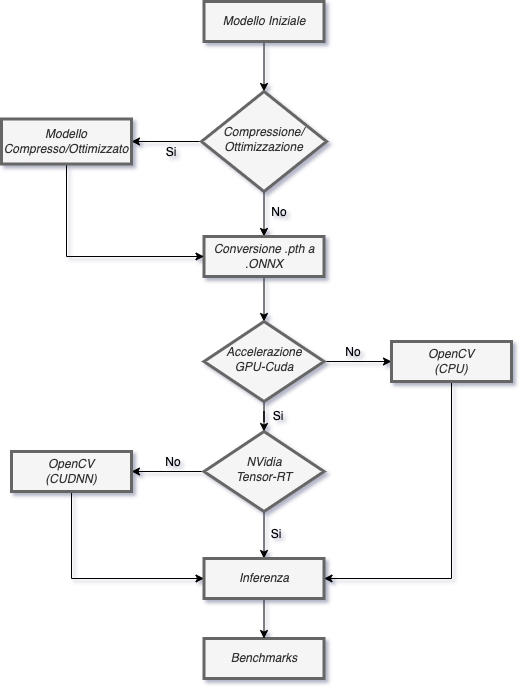
Before: images/flow_chart.png, a diagram exported from draw.io (flavioforenza/thesis_latex). Source tidied: cells renumbered, new cells last; positions are measured from the earlier drawing's top-left corner, leaving out a move shared by most shapes.
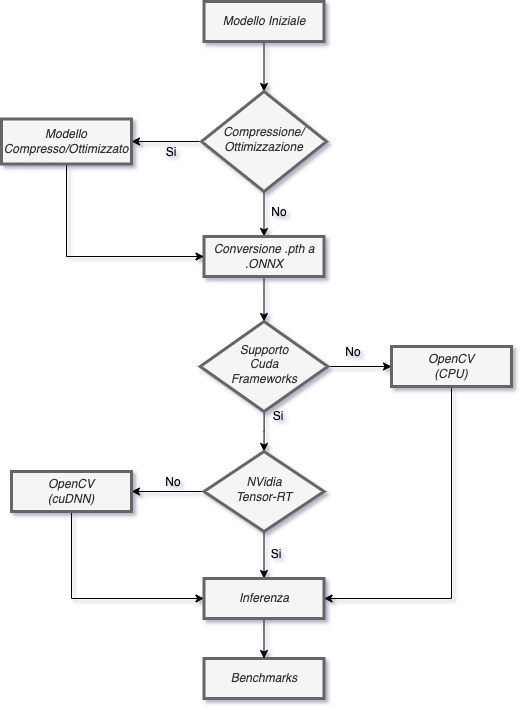
Later version of the same file.

What changed in the source:
```diff
@@ -24,7 +24,7 @@
       <mxGeometry x="202.5" y="235" width="120" height="40" as="geometry" />
     </mxCell>
     <mxCell id="9" value="&lt;i&gt;Benchmarks&lt;/i&gt;" style="rounded=0;whiteSpace=wrap;html=1;fontSize=12;glass=0;strokeWidth=3;shadow=0;fillColor=#f5f5f5;fontColor=#333333;strokeColor=#666666;" parent="1" vertex="1">
-      <mxGeometry x="202.5" y="637" width="120" height="40" as="geometry" />
+      <mxGeometry x="202.5" y="657" width="120" height="40" as="geometry" />
     </mxCell>
     <mxCell id="10" style="edgeStyle=orthogonalEdgeStyle;rounded=0;jettySize=auto;html=1;entryX=0;entryY=0.5;entryDx=0;entryDy=0;" parent="1" edge="1" source="11" target="8">
       <mxGeometry relative="1" as="geometry">
@@ -42,18 +42,18 @@
     <mxCell id="13" style="edgeStyle=orthogonalEdgeStyle;rounded=0;jettySize=auto;html=1;entryX=0.5;entryY=0;entryDx=0;entryDy=0;" parent="1" edge="1" source="14" target="20">
       <mxGeometry relative="1" as="geometry" />
     </mxCell>
-    <mxCell id="14" value="&lt;i&gt;Accelerazione&lt;br&gt;GPU-Cuda&lt;/i&gt;" style="rhombus;whiteSpace=wrap;html=1;shadow=0;fontFamily=Helvetica;fontSize=12;align=center;strokeWidth=3;spacing=6;spacingTop=-4;fillColor=#f5f5f5;fontColor=#333333;strokeColor=#666666;rounded=0;" parent="1" vertex="1">
-      <mxGeometry x="202.5" y="320" width="120" height="80" as="geometry" />
+    <mxCell id="14" value="&lt;i&gt;Supporto&lt;br&gt;Cuda&lt;br&gt;Frameworks&lt;br&gt;&lt;/i&gt;" style="rhombus;whiteSpace=wrap;html=1;shadow=0;fontFamily=Helvetica;fontSize=12;align=center;strokeWidth=3;spacing=6;spacingTop=-4;fillColor=#f5f5f5;fontColor=#333333;strokeColor=#666666;rounded=0;" parent="1" vertex="1">
+      <mxGeometry x="198.8" y="320" width="127.5" height="90" as="geometry" />
     </mxCell>
     <mxCell id="15" style="edgeStyle=orthogonalEdgeStyle;rounded=0;jettySize=auto;html=1;entryX=1;entryY=0.5;entryDx=0;entryDy=0;" parent="1" edge="1" source="16" target="27">
       <mxGeometry relative="1" as="geometry">
         <Array as="points">
-          <mxPoint x="450" y="577" />
+          <mxPoint x="450" y="597" />
         </Array>
       </mxGeometry>
     </mxCell>
     <mxCell id="16" value="&lt;i&gt;OpenCV&lt;br&gt;(CPU)&lt;/i&gt;" style="rounded=0;whiteSpace=wrap;html=1;fontSize=12;glass=0;strokeWidth=3;shadow=0;fillColor=#f5f5f5;fontColor=#333333;strokeColor=#666666;" parent="1" vertex="1">
-      <mxGeometry x="390" y="340" width="120" height="40" as="geometry" />
+      <mxGeometry x="390" y="345" width="120" height="40" as="geometry" />
     </mxCell>
     <mxCell id="17" value="No" style="text;html=1;strokeColor=none;fillColor=none;align=center;verticalAlign=middle;whiteSpace=wrap;rounded=0;" parent="1" vertex="1">
       <mxGeometry x="321.5" y="336" width="60" height="30" as="geometry" />
@@ -65,20 +65,20 @@
       <mxGeometry relative="1" as="geometry" />
     </mxCell>
     <mxCell id="20" value="&lt;i&gt;NVidia&lt;br&gt;Tensor-RT&lt;/i&gt;" style="rhombus;whiteSpace=wrap;html=1;shadow=0;fontFamily=Helvetica;fontSize=12;align=center;strokeWidth=3;spacing=6;spacingTop=-4;fillColor=#f5f5f5;fontColor=#333333;strokeColor=#666666;rounded=0;" parent="1" vertex="1">
-      <mxGeometry x="202.5" y="430" width="120" height="80" as="geometry" />
+      <mxGeometry x="202.5" y="450" width="120" height="80" as="geometry" />
     </mxCell>
     <mxCell id="21" style="edgeStyle=orthogonalEdgeStyle;rounded=0;jettySize=auto;html=1;entryX=0;entryY=0.5;entryDx=0;entryDy=0;" parent="1" edge="1" source="22" target="27">
       <mxGeometry relative="1" as="geometry">
         <Array as="points">
-          <mxPoint x="70" y="577" />
+          <mxPoint x="70" y="597" />
         </Array>
       </mxGeometry>
     </mxCell>
-    <mxCell id="22" value="&lt;i&gt;OpenCV&lt;br&gt;(CUDNN)&lt;/i&gt;" style="rounded=0;whiteSpace=wrap;html=1;fontSize=12;glass=0;strokeWidth=3;shadow=0;fillColor=#f5f5f5;fontColor=#333333;strokeColor=#666666;" parent="1" vertex="1">
-      <mxGeometry x="10" y="450" width="120" height="40" as="geometry" />
+    <mxCell id="22" value="&lt;i&gt;OpenCV&lt;br&gt;(cuDNN)&lt;/i&gt;" style="rounded=0;whiteSpace=wrap;html=1;fontSize=12;glass=0;strokeWidth=3;shadow=0;fillColor=#f5f5f5;fontColor=#333333;strokeColor=#666666;" parent="1" vertex="1">
+      <mxGeometry x="10" y="470" width="120" height="40" as="geometry" />
     </mxCell>
     <mxCell id="23" value="No" style="text;html=1;strokeColor=none;fillColor=none;align=center;verticalAlign=middle;whiteSpace=wrap;rounded=0;" parent="1" vertex="1">
-      <mxGeometry x="141.5" y="446" width="60" height="30" as="geometry" />
+      <mxGeometry x="141.5" y="466" width="60" height="30" as="geometry" />
     </mxCell>
     <mxCell id="24" value="No" style="text;html=1;strokeColor=none;fillColor=none;align=center;verticalAlign=middle;whiteSpace=wrap;rounded=0;" parent="1" vertex="1">
       <mxGeometry x="248" y="196" width="60" height="30" as="geometry" />
@@ -90,13 +90,13 @@
       <mxGeometry relative="1" as="geometry" />
     </mxCell>
     <mxCell id="27" value="&lt;i&gt;Inferenza&lt;/i&gt;" style="rounded=0;whiteSpace=wrap;html=1;fontSize=12;glass=0;strokeWidth=3;shadow=0;fillColor=#f5f5f5;fontColor=#333333;strokeColor=#666666;" parent="1" vertex="1">
-      <mxGeometry x="202.5" y="557" width="120" height="40" as="geometry" />
+      <mxGeometry x="202.5" y="577" width="120" height="40" as="geometry" />
     </mxCell>
     <mxCell id="28" value="Si" style="text;html=1;strokeColor=none;fillColor=none;align=center;verticalAlign=middle;whiteSpace=wrap;rounded=0;" parent="1" vertex="1">
       <mxGeometry x="247" y="400" width="60" height="30" as="geometry" />
     </mxCell>
     <mxCell id="29" value="Si" style="text;html=1;strokeColor=none;fillColor=none;align=center;verticalAlign=middle;whiteSpace=wrap;rounded=0;" parent="1" vertex="1">
-      <mxGeometry x="245" y="518" width="60" height="30" as="geometry" />
+      <mxGeometry x="245" y="538" width="60" height="30" as="geometry" />
     </mxCell>
   </root>
 </mxGraphModel>
```
